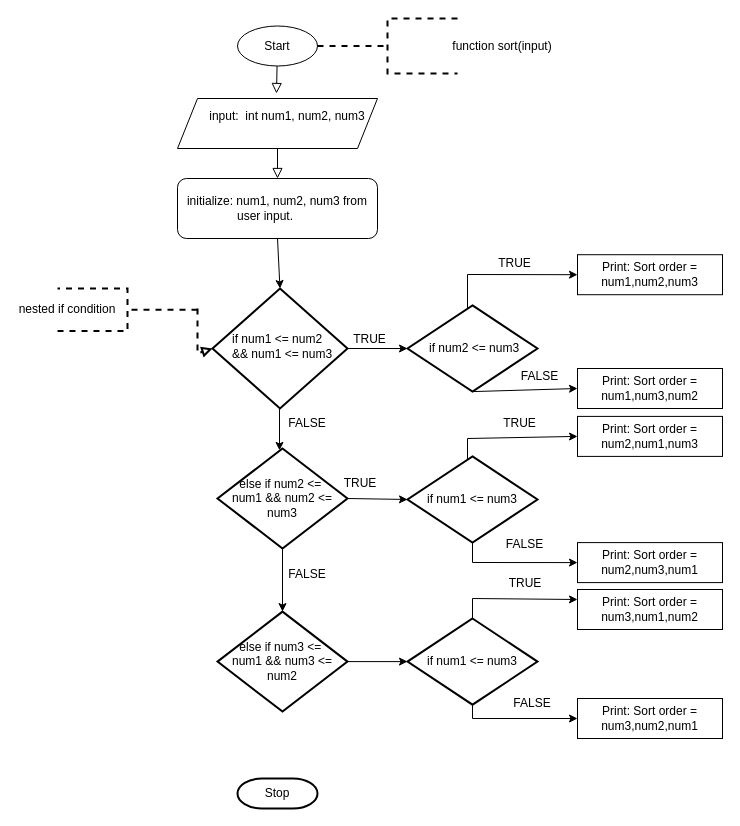
Above: Untitled Diagram.drawio in michaelmungaimaina/Baraka (draw.io), before the change. Source tidied: cells renumbered, new cells numbered last; positions are measured from the earlier drawing's top-left corner, leaving out a move shared by most shapes. Both pictures are drawn from the tidied source at 100%, with x=0, y=0 at pixel (17, 18).
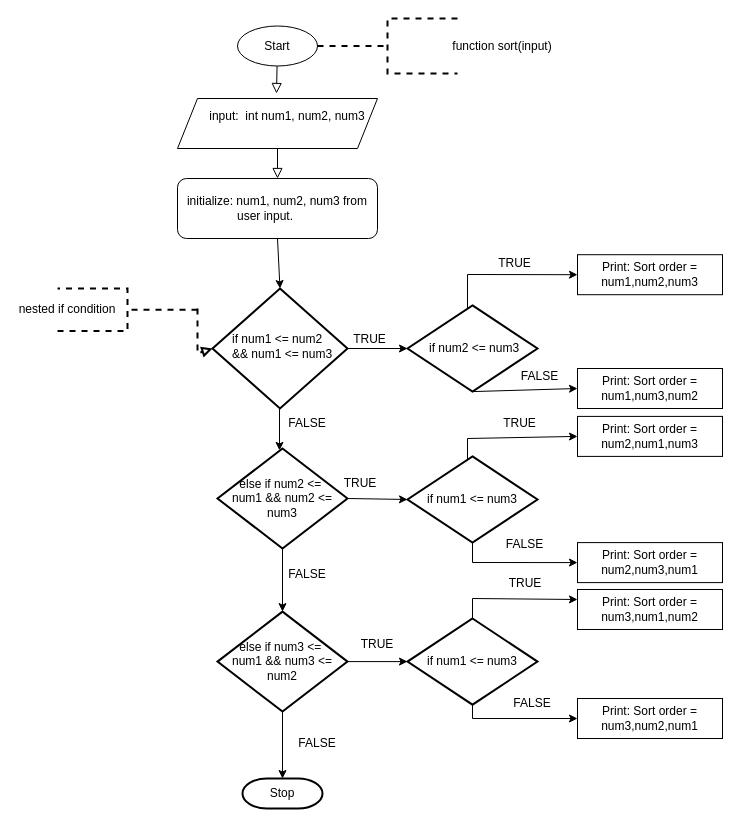
The same diagram, later.

Unchanged cells that the change refers to:
```xml
<mxCell id="40" value="&lt;div&gt;else if num3 &amp;lt;=&amp;nbsp;&lt;/div&gt;&lt;div&gt;num1 &amp;amp;&amp;amp; num3 &amp;lt;= num2&lt;/div&gt;" style="strokeWidth=2;html=1;shape=mxgraph.flowchart.decision;whiteSpace=wrap;" parent="1" vertex="1">
  <mxGeometry x="200" y="593.1" width="130" height="100" as="geometry" />
</mxCell>
```

What changed in the source:
```diff
@@
     <mxCell id="19" value="Stop" style="strokeWidth=2;html=1;shape=mxgraph.flowchart.terminator;whiteSpace=wrap;" parent="1" vertex="1">
-      <mxGeometry x="220" y="760" width="80" height="30" as="geometry" />
+      <mxGeometry x="225" y="760" width="80" height="30" as="geometry" />
     </mxCell>
@@
+    <mxCell id="52" style="endArrow=classic;html=1;rounded=0;exitX=0.5;exitY=1;exitDx=0;exitDy=0;exitPerimeter=0;entryX=0.5;entryY=0;entryDx=0;entryDy=0;entryPerimeter=0;" parent="1" edge="1" source="40" target="19">
+      <mxGeometry relative="1" as="geometry" />
+    </mxCell>
+    <mxCell id="53" value="TRUE" style="text;html=1;strokeColor=none;fillColor=none;align=center;verticalAlign=middle;whiteSpace=wrap;rounded=0;" parent="1" vertex="1">
+      <mxGeometry x="330" y="611" width="60" height="30" as="geometry" />
+    </mxCell>
+    <mxCell id="54" value="FALSE" style="text;html=1;strokeColor=none;fillColor=none;align=center;verticalAlign=middle;whiteSpace=wrap;rounded=0;" parent="1" vertex="1">
+      <mxGeometry x="270" y="710" width="60" height="30" as="geometry" />
+    </mxCell>
```
